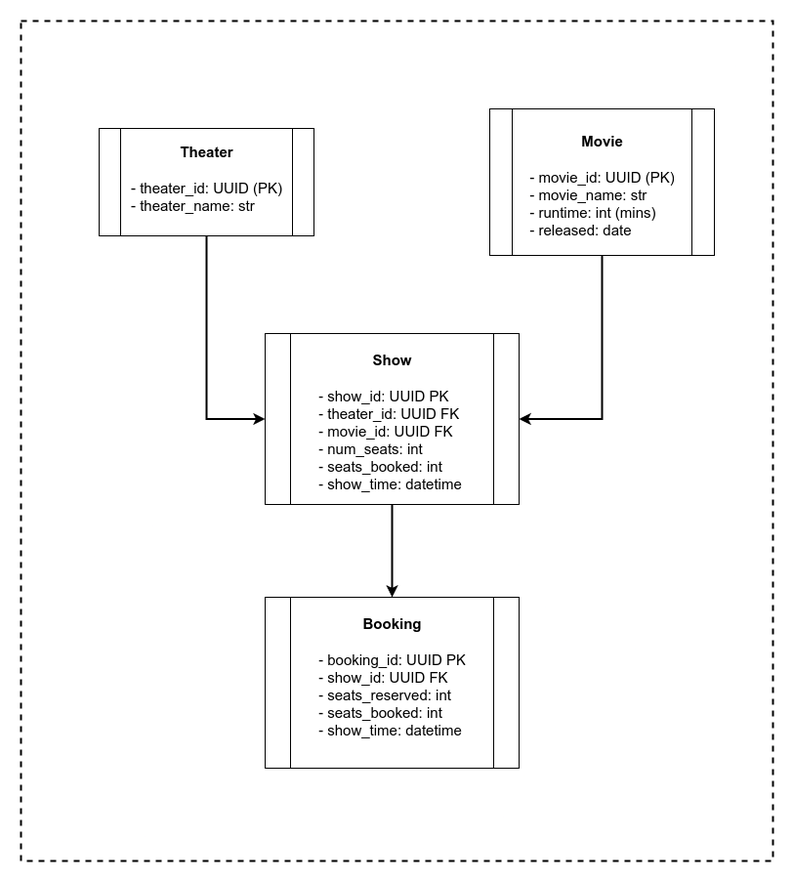
AarnoStormborn/backend-engineering-101 keeps this draw.io diagram as ticket-booking/assets/db_schema.png. Above is the earlier version. Source tidied: cells renumbered, new cells last; positions are measured from the earlier drawing's top-left corner, leaving out a move shared by most shapes. Source of this version:
```xml
<mxGraphModel>
  <root>
    <mxCell id="0" />
    <mxCell id="1" parent="0" />
    <mxCell id="2" style="rounded=0;whiteSpace=wrap;html=1;dashed=1;strokeWidth=2;" parent="1" vertex="1">
      <mxGeometry width="770" height="860" as="geometry" />
    </mxCell>
    <mxCell id="3" style="group;" parent="1" vertex="1">
      <mxGeometry x="80" y="110" width="220" height="110" as="geometry" />
    </mxCell>
    <mxCell id="4" style="shape=process;whiteSpace=wrap;html=1;backgroundOutline=1;" parent="3" vertex="1">
      <mxGeometry width="220" height="110" as="geometry" />
    </mxCell>
    <mxCell id="5" value="&lt;h1 style=&quot;margin-top: 0px;&quot;&gt;&lt;font style=&quot;font-size: 15px;&quot;&gt;Theater&lt;/font&gt;&lt;/h1&gt;&lt;div style=&quot;text-align: left;&quot;&gt;&lt;font style=&quot;font-size: 15px;&quot;&gt;- theater_id: UUID (PK)&lt;/font&gt;&lt;/div&gt;&lt;div style=&quot;text-align: left;&quot;&gt;&lt;font style=&quot;font-size: 15px;&quot;&gt;- theater_name: str&lt;/font&gt;&lt;/div&gt;" style="text;html=1;whiteSpace=wrap;overflow=hidden;rounded=0;align=center;" parent="3" vertex="1">
      <mxGeometry x="30" width="160" height="110" as="geometry" />
    </mxCell>
    <mxCell id="6" style="group;" parent="1" vertex="1">
      <mxGeometry x="480" y="90" width="230" height="150" as="geometry" />
    </mxCell>
    <mxCell id="7" style="shape=process;whiteSpace=wrap;html=1;backgroundOutline=1;" parent="6" vertex="1">
      <mxGeometry width="230" height="150" as="geometry" />
    </mxCell>
    <mxCell id="8" value="&lt;h1 style=&quot;margin-top: 0px;&quot;&gt;&lt;span style=&quot;font-size: 15px;&quot;&gt;Movie&lt;br&gt;&lt;/span&gt;&lt;/h1&gt;&lt;div style=&quot;text-align: left;&quot;&gt;&lt;font style=&quot;font-size: 15px;&quot;&gt;- movie_id: UUID (PK)&lt;/font&gt;&lt;/div&gt;&lt;div style=&quot;text-align: left;&quot;&gt;&lt;font style=&quot;font-size: 15px;&quot;&gt;- movie_name: str&lt;/font&gt;&lt;/div&gt;&lt;div style=&quot;text-align: left;&quot;&gt;&lt;font style=&quot;font-size: 15px;&quot;&gt;- runtime: int (mins)&lt;/font&gt;&lt;/div&gt;&lt;div style=&quot;text-align: left;&quot;&gt;&lt;font style=&quot;font-size: 15px;&quot;&gt;- released: date&lt;/font&gt;&lt;/div&gt;" style="text;html=1;whiteSpace=wrap;overflow=hidden;rounded=0;align=center;" parent="6" vertex="1">
      <mxGeometry x="32.9" y="9.4" width="164.3" height="131.2" as="geometry" />
    </mxCell>
    <mxCell id="9" style="group;" parent="1" vertex="1">
      <mxGeometry x="250" y="320" width="260" height="175" as="geometry" />
    </mxCell>
    <mxCell id="10" style="shape=process;whiteSpace=wrap;html=1;backgroundOutline=1;" parent="9" vertex="1">
      <mxGeometry width="260" height="175" as="geometry" />
    </mxCell>
    <mxCell id="11" value="&lt;h1 style=&quot;margin-top: 0px;&quot;&gt;&lt;span style=&quot;font-size: 15px;&quot;&gt;Show&lt;/span&gt;&lt;/h1&gt;&lt;div style=&quot;text-align: left;&quot;&gt;&lt;font style=&quot;font-size: 15px;&quot;&gt;- show_id: UUID PK&lt;/font&gt;&lt;/div&gt;&lt;div style=&quot;text-align: left;&quot;&gt;&lt;font style=&quot;font-size: 15px;&quot;&gt;- theater_id: UUID FK&lt;/font&gt;&lt;/div&gt;&lt;div style=&quot;text-align: left;&quot;&gt;&lt;font style=&quot;font-size: 15px;&quot;&gt;- movie_id: UUID FK&lt;/font&gt;&lt;/div&gt;&lt;div style=&quot;text-align: left;&quot;&gt;&lt;font style=&quot;font-size: 15px;&quot;&gt;- num_seats: int&lt;/font&gt;&lt;/div&gt;&lt;div style=&quot;text-align: left;&quot;&gt;&lt;font style=&quot;font-size: 15px;&quot;&gt;- seats_booked: int&lt;/font&gt;&lt;/div&gt;&lt;div style=&quot;text-align: left;&quot;&gt;&lt;font style=&quot;font-size: 15px;&quot;&gt;- show_time: datetime&amp;nbsp;&lt;/font&gt;&lt;/div&gt;" style="text;html=1;whiteSpace=wrap;overflow=hidden;rounded=0;align=center;" parent="9" vertex="1">
      <mxGeometry x="35" y="2.5" width="190" height="170" as="geometry" />
    </mxCell>
    <mxCell id="12" style="edgeStyle=orthogonalEdgeStyle;rounded=0;jettySize=auto;html=1;entryX=0;entryY=0.5;entryDx=0;entryDy=0;strokeWidth=2;" parent="1" edge="1" source="5" target="10">
      <mxGeometry relative="1" as="geometry" />
    </mxCell>
    <mxCell id="13" style="edgeStyle=orthogonalEdgeStyle;rounded=0;jettySize=auto;html=1;entryX=1;entryY=0.5;entryDx=0;entryDy=0;strokeWidth=2;" parent="1" edge="1" source="7" target="10">
      <mxGeometry relative="1" as="geometry" />
    </mxCell>
    <mxCell id="14" style="group;" parent="1" vertex="1">
      <mxGeometry x="250" y="590" width="260" height="175" as="geometry" />
    </mxCell>
    <mxCell id="15" style="shape=process;whiteSpace=wrap;html=1;backgroundOutline=1;" parent="14" vertex="1">
      <mxGeometry width="260" height="175" as="geometry" />
    </mxCell>
    <mxCell id="16" value="&lt;h1 style=&quot;margin-top: 0px;&quot;&gt;&lt;span style=&quot;font-size: 15px;&quot;&gt;Booking&lt;/span&gt;&lt;/h1&gt;&lt;div style=&quot;text-align: left;&quot;&gt;&lt;font style=&quot;font-size: 15px;&quot;&gt;- booking_id: UUID PK&lt;/font&gt;&lt;/div&gt;&lt;div style=&quot;text-align: left;&quot;&gt;&lt;font style=&quot;font-size: 15px;&quot;&gt;- show_id: UUID FK&lt;/font&gt;&lt;/div&gt;&lt;div style=&quot;text-align: left;&quot;&gt;&lt;font style=&quot;font-size: 15px;&quot;&gt;- seats_reserved: int&lt;/font&gt;&lt;/div&gt;&lt;div style=&quot;text-align: left;&quot;&gt;&lt;font style=&quot;font-size: 15px;&quot;&gt;- seats_booked: int&lt;/font&gt;&lt;/div&gt;&lt;div style=&quot;text-align: left;&quot;&gt;&lt;font style=&quot;font-size: 15px;&quot;&gt;- show_time: datetime&amp;nbsp;&lt;/font&gt;&lt;/div&gt;" style="text;html=1;whiteSpace=wrap;overflow=hidden;rounded=0;align=center;" parent="14" vertex="1">
      <mxGeometry x="35" y="2.5" width="190" height="170" as="geometry" />
    </mxCell>
    <mxCell id="17" style="edgeStyle=orthogonalEdgeStyle;rounded=0;jettySize=auto;html=1;entryX=0.5;entryY=0;entryDx=0;entryDy=0;strokeWidth=2;" parent="1" edge="1" source="10" target="15">
      <mxGeometry relative="1" as="geometry" />
    </mxCell>
  </root>
</mxGraphModel>
```
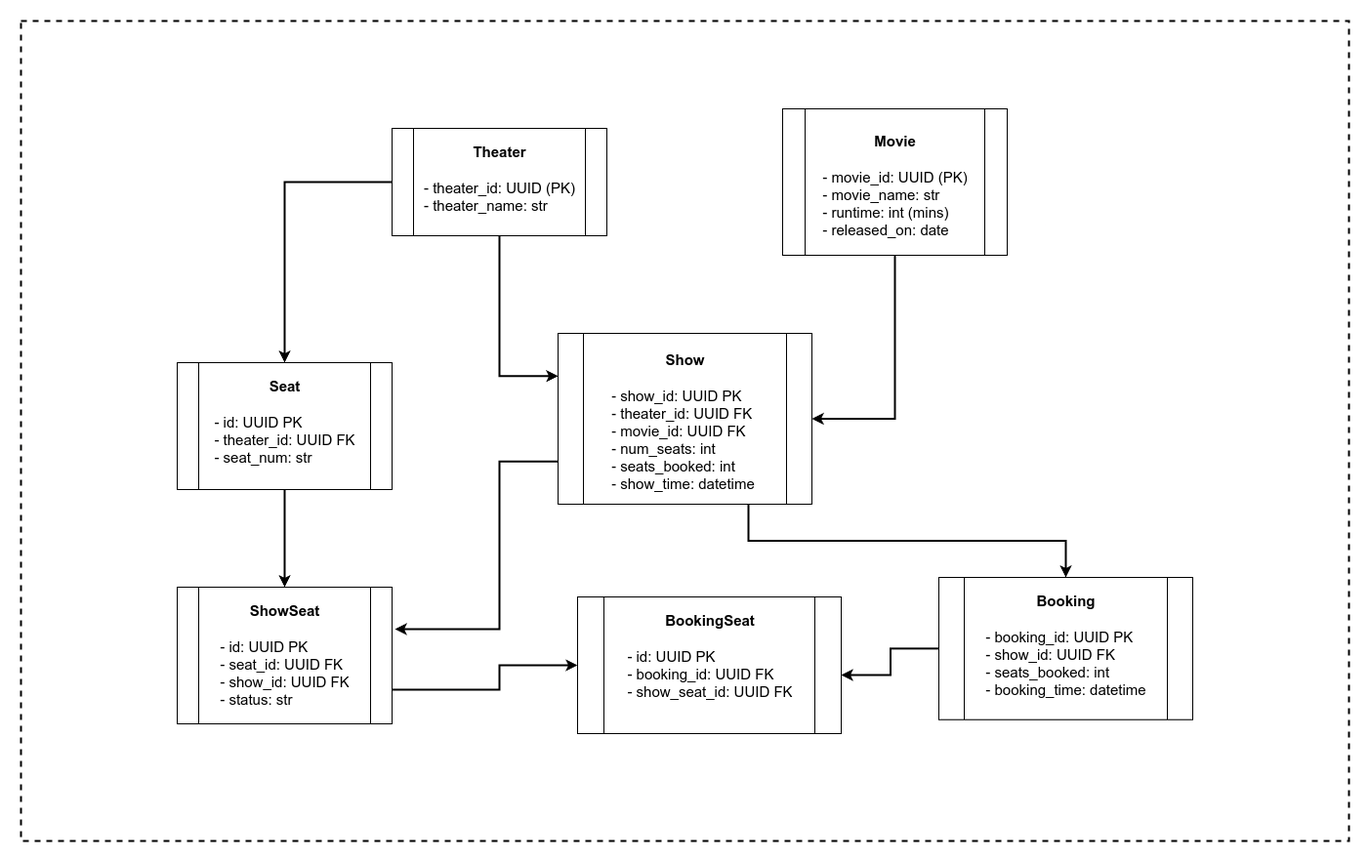
Above is the later version.

Commit message:
db schemas definition

The edit, as a diff of the source:
```diff
@@ -3,7 +3,7 @@
     <mxCell id="0" />
     <mxCell id="1" parent="0" />
     <mxCell id="2" style="rounded=0;whiteSpace=wrap;html=1;dashed=1;strokeWidth=2;" parent="1" vertex="1">
-      <mxGeometry width="770" height="860" as="geometry" />
+      <mxGeometry x="-300" width="1360" height="840" as="geometry" />
     </mxCell>
     <mxCell id="3" style="group;" parent="1" vertex="1">
       <mxGeometry x="80" y="110" width="220" height="110" as="geometry" />
@@ -20,7 +20,7 @@
     <mxCell id="7" style="shape=process;whiteSpace=wrap;html=1;backgroundOutline=1;" parent="6" vertex="1">
       <mxGeometry width="230" height="150" as="geometry" />
     </mxCell>
-    <mxCell id="8" value="&lt;h1 style=&quot;margin-top: 0px;&quot;&gt;&lt;span style=&quot;font-size: 15px;&quot;&gt;Movie&lt;br&gt;&lt;/span&gt;&lt;/h1&gt;&lt;div style=&quot;text-align: left;&quot;&gt;&lt;font style=&quot;font-size: 15px;&quot;&gt;- movie_id: UUID (PK)&lt;/font&gt;&lt;/div&gt;&lt;div style=&quot;text-align: left;&quot;&gt;&lt;font style=&quot;font-size: 15px;&quot;&gt;- movie_name: str&lt;/font&gt;&lt;/div&gt;&lt;div style=&quot;text-align: left;&quot;&gt;&lt;font style=&quot;font-size: 15px;&quot;&gt;- runtime: int (mins)&lt;/font&gt;&lt;/div&gt;&lt;div style=&quot;text-align: left;&quot;&gt;&lt;font style=&quot;font-size: 15px;&quot;&gt;- released: date&lt;/font&gt;&lt;/div&gt;" style="text;html=1;whiteSpace=wrap;overflow=hidden;rounded=0;align=center;" parent="6" vertex="1">
+    <mxCell id="8" value="&lt;h1 style=&quot;margin-top: 0px;&quot;&gt;&lt;span style=&quot;font-size: 15px;&quot;&gt;Movie&lt;br&gt;&lt;/span&gt;&lt;/h1&gt;&lt;div style=&quot;text-align: left;&quot;&gt;&lt;font style=&quot;font-size: 15px;&quot;&gt;- movie_id: UUID (PK)&lt;/font&gt;&lt;/div&gt;&lt;div style=&quot;text-align: left;&quot;&gt;&lt;font style=&quot;font-size: 15px;&quot;&gt;- movie_name: str&lt;/font&gt;&lt;/div&gt;&lt;div style=&quot;text-align: left;&quot;&gt;&lt;font style=&quot;font-size: 15px;&quot;&gt;- runtime: int (mins)&lt;/font&gt;&lt;/div&gt;&lt;div style=&quot;text-align: left;&quot;&gt;&lt;font style=&quot;font-size: 15px;&quot;&gt;- released_on: date&lt;/font&gt;&lt;/div&gt;" style="text;html=1;whiteSpace=wrap;overflow=hidden;rounded=0;align=center;" parent="6" vertex="1">
       <mxGeometry x="32.9" y="9.4" width="164.3" height="131.2" as="geometry" />
     </mxCell>
     <mxCell id="9" style="group;" parent="1" vertex="1">
@@ -30,25 +30,79 @@
       <mxGeometry width="260" height="175" as="geometry" />
     </mxCell>
     <mxCell id="11" value="&lt;h1 style=&quot;margin-top: 0px;&quot;&gt;&lt;span style=&quot;font-size: 15px;&quot;&gt;Show&lt;/span&gt;&lt;/h1&gt;&lt;div style=&quot;text-align: left;&quot;&gt;&lt;font style=&quot;font-size: 15px;&quot;&gt;- show_id: UUID PK&lt;/font&gt;&lt;/div&gt;&lt;div style=&quot;text-align: left;&quot;&gt;&lt;font style=&quot;font-size: 15px;&quot;&gt;- theater_id: UUID FK&lt;/font&gt;&lt;/div&gt;&lt;div style=&quot;text-align: left;&quot;&gt;&lt;font style=&quot;font-size: 15px;&quot;&gt;- movie_id: UUID FK&lt;/font&gt;&lt;/div&gt;&lt;div style=&quot;text-align: left;&quot;&gt;&lt;font style=&quot;font-size: 15px;&quot;&gt;- num_seats: int&lt;/font&gt;&lt;/div&gt;&lt;div style=&quot;text-align: left;&quot;&gt;&lt;font style=&quot;font-size: 15px;&quot;&gt;- seats_booked: int&lt;/font&gt;&lt;/div&gt;&lt;div style=&quot;text-align: left;&quot;&gt;&lt;font style=&quot;font-size: 15px;&quot;&gt;- show_time: datetime&amp;nbsp;&lt;/font&gt;&lt;/div&gt;" style="text;html=1;whiteSpace=wrap;overflow=hidden;rounded=0;align=center;" parent="9" vertex="1">
-      <mxGeometry x="35" y="2.5" width="190" height="170" as="geometry" />
+      <mxGeometry x="35" y="2.5" width="190" height="157.5" as="geometry" />
     </mxCell>
-    <mxCell id="12" style="edgeStyle=orthogonalEdgeStyle;rounded=0;jettySize=auto;html=1;entryX=0;entryY=0.5;entryDx=0;entryDy=0;strokeWidth=2;" parent="1" edge="1" source="5" target="10">
-      <mxGeometry relative="1" as="geometry" />
-    </mxCell>
     <mxCell id="13" style="edgeStyle=orthogonalEdgeStyle;rounded=0;jettySize=auto;html=1;entryX=1;entryY=0.5;entryDx=0;entryDy=0;strokeWidth=2;" parent="1" edge="1" source="7" target="10">
       <mxGeometry relative="1" as="geometry" />
     </mxCell>
     <mxCell id="14" style="group;" parent="1" vertex="1">
-      <mxGeometry x="250" y="590" width="260" height="175" as="geometry" />
+      <mxGeometry x="640" y="570" width="260" height="170" as="geometry" />
     </mxCell>
+    <mxCell id="18" style="edgeStyle=orthogonalEdgeStyle;rounded=0;jettySize=auto;html=1;exitX=0;exitY=0.5;exitDx=0;exitDy=0;strokeWidth=2;" parent="14" edge="1" source="15">
+      <mxGeometry relative="1" as="geometry">
+        <mxPoint x="-100" y="100" as="targetPoint" />
+      </mxGeometry>
+    </mxCell>
     <mxCell id="15" style="shape=process;whiteSpace=wrap;html=1;backgroundOutline=1;" parent="14" vertex="1">
-      <mxGeometry width="260" height="175" as="geometry" />
+      <mxGeometry width="260" height="145.7" as="geometry" />
     </mxCell>
-    <mxCell id="16" value="&lt;h1 style=&quot;margin-top: 0px;&quot;&gt;&lt;span style=&quot;font-size: 15px;&quot;&gt;Booking&lt;/span&gt;&lt;/h1&gt;&lt;div style=&quot;text-align: left;&quot;&gt;&lt;font style=&quot;font-size: 15px;&quot;&gt;- booking_id: UUID PK&lt;/font&gt;&lt;/div&gt;&lt;div style=&quot;text-align: left;&quot;&gt;&lt;font style=&quot;font-size: 15px;&quot;&gt;- show_id: UUID FK&lt;/font&gt;&lt;/div&gt;&lt;div style=&quot;text-align: left;&quot;&gt;&lt;font style=&quot;font-size: 15px;&quot;&gt;- seats_reserved: int&lt;/font&gt;&lt;/div&gt;&lt;div style=&quot;text-align: left;&quot;&gt;&lt;font style=&quot;font-size: 15px;&quot;&gt;- seats_booked: int&lt;/font&gt;&lt;/div&gt;&lt;div style=&quot;text-align: left;&quot;&gt;&lt;font style=&quot;font-size: 15px;&quot;&gt;- show_time: datetime&amp;nbsp;&lt;/font&gt;&lt;/div&gt;" style="text;html=1;whiteSpace=wrap;overflow=hidden;rounded=0;align=center;" parent="14" vertex="1">
-      <mxGeometry x="35" y="2.5" width="190" height="170" as="geometry" />
+    <mxCell id="16" value="&lt;h1 style=&quot;margin-top: 0px;&quot;&gt;&lt;span style=&quot;font-size: 15px;&quot;&gt;Booking&lt;/span&gt;&lt;/h1&gt;&lt;div style=&quot;text-align: left;&quot;&gt;&lt;font style=&quot;font-size: 15px;&quot;&gt;- booking_id: UUID PK&lt;/font&gt;&lt;/div&gt;&lt;div style=&quot;text-align: left;&quot;&gt;&lt;font style=&quot;font-size: 15px;&quot;&gt;- show_id: UUID FK&lt;/font&gt;&lt;/div&gt;&lt;div style=&quot;text-align: left;&quot;&gt;&lt;font style=&quot;font-size: 15px;&quot;&gt;- seats_booked: int&lt;/font&gt;&lt;/div&gt;&lt;div style=&quot;text-align: left;&quot;&gt;&lt;font style=&quot;font-size: 15px;&quot;&gt;- booking_time: datetime&lt;/font&gt;&lt;/div&gt;" style="text;html=1;whiteSpace=wrap;overflow=hidden;rounded=0;align=center;" parent="14" vertex="1">
+      <mxGeometry x="35" width="190" height="143.3" as="geometry" />
     </mxCell>
-    <mxCell id="17" style="edgeStyle=orthogonalEdgeStyle;rounded=0;jettySize=auto;html=1;entryX=0.5;entryY=0;entryDx=0;entryDy=0;strokeWidth=2;" parent="1" edge="1" source="10" target="15">
-      <mxGeometry relative="1" as="geometry" />
-    </mxCell>
+    <mxCell id="19" style="group;" parent="1" vertex="1">
+      <mxGeometry x="-140" y="350" width="220" height="130" as="geometry" />
+    </mxCell>
+    <mxCell id="20" style="shape=process;whiteSpace=wrap;html=1;backgroundOutline=1;" parent="19" vertex="1">
+      <mxGeometry width="220" height="130" as="geometry" />
+    </mxCell>
+    <mxCell id="21" value="&lt;h1 style=&quot;margin-top: 0px;&quot;&gt;&lt;span style=&quot;font-size: 15px;&quot;&gt;Seat&lt;/span&gt;&lt;/h1&gt;&lt;div style=&quot;text-align: left;&quot;&gt;&lt;font style=&quot;font-size: 15px;&quot;&gt;- id: UUID PK&lt;/font&gt;&lt;/div&gt;&lt;div style=&quot;text-align: left;&quot;&gt;&lt;font style=&quot;font-size: 15px;&quot;&gt;- theater_id: UUID FK&lt;/font&gt;&lt;/div&gt;&lt;div style=&quot;text-align: left;&quot;&gt;&lt;font style=&quot;font-size: 15px;&quot;&gt;- seat_num: str&lt;/font&gt;&lt;/div&gt;" style="text;html=1;whiteSpace=wrap;overflow=hidden;rounded=0;align=center;" parent="19" vertex="1">
+      <mxGeometry x="30" width="160" height="130" as="geometry" />
+    </mxCell>
+    <mxCell id="22" style="edgeStyle=orthogonalEdgeStyle;rounded=0;jettySize=auto;html=1;entryX=0.5;entryY=0;entryDx=0;entryDy=0;strokeWidth=2;" parent="1" edge="1" source="4" target="21">
+      <mxGeometry relative="1" as="geometry" />
+    </mxCell>
+    <mxCell id="23" style="group;" parent="1" vertex="1">
+      <mxGeometry x="-140" y="580" width="220" height="140" as="geometry" />
+    </mxCell>
+    <mxCell id="24" style="shape=process;whiteSpace=wrap;html=1;backgroundOutline=1;" parent="23" vertex="1">
+      <mxGeometry width="220" height="140" as="geometry" />
+    </mxCell>
+    <mxCell id="25" value="&lt;h1 style=&quot;margin-top: 0px;&quot;&gt;&lt;span style=&quot;font-size: 15px;&quot;&gt;ShowSeat&lt;/span&gt;&lt;/h1&gt;&lt;div style=&quot;text-align: left;&quot;&gt;&lt;font style=&quot;font-size: 15px;&quot;&gt;- id: UUID PK&lt;/font&gt;&lt;/div&gt;&lt;div style=&quot;text-align: left;&quot;&gt;&lt;font style=&quot;font-size: 15px;&quot;&gt;- seat_id: UUID FK&lt;/font&gt;&lt;/div&gt;&lt;div style=&quot;text-align: left;&quot;&gt;&lt;font style=&quot;font-size: 15px;&quot;&gt;- show_id: UUID FK&lt;/font&gt;&lt;/div&gt;&lt;div style=&quot;text-align: left;&quot;&gt;&lt;font style=&quot;font-size: 15px;&quot;&gt;- status: str&lt;/font&gt;&lt;/div&gt;" style="text;html=1;whiteSpace=wrap;overflow=hidden;rounded=0;align=center;" parent="23" vertex="1">
+      <mxGeometry x="30" width="160" height="140" as="geometry" />
+    </mxCell>
+    <mxCell id="26" style="edgeStyle=orthogonalEdgeStyle;rounded=0;jettySize=auto;html=1;entryX=0.5;entryY=0;entryDx=0;entryDy=0;strokeWidth=2;" parent="1" edge="1" source="20" target="25">
+      <mxGeometry relative="1" as="geometry" />
+    </mxCell>
+    <mxCell id="12" style="edgeStyle=orthogonalEdgeStyle;rounded=0;jettySize=auto;html=1;exitX=0.5;exitY=1;exitDx=0;exitDy=0;entryX=0;entryY=0.25;entryDx=0;entryDy=0;strokeWidth=2;" parent="1" edge="1" source="5" target="10">
+      <mxGeometry relative="1" as="geometry" />
+    </mxCell>
+    <mxCell id="27" style="edgeStyle=orthogonalEdgeStyle;rounded=0;jettySize=auto;html=1;exitX=0;exitY=0.75;exitDx=0;exitDy=0;entryX=1.014;entryY=0.307;entryDx=0;entryDy=0;strokeWidth=2;entryPerimeter=0;" parent="1" edge="1" source="10" target="24">
+      <mxGeometry relative="1" as="geometry">
+        <Array as="points">
+          <mxPoint x="190" y="451" />
+          <mxPoint x="190" y="623" />
+        </Array>
+      </mxGeometry>
+    </mxCell>
+    <mxCell id="28" style="edgeStyle=orthogonalEdgeStyle;rounded=0;jettySize=auto;html=1;exitX=0.75;exitY=1;exitDx=0;exitDy=0;entryX=0.5;entryY=0;entryDx=0;entryDy=0;strokeWidth=2;" parent="1" edge="1" source="10" target="16">
+      <mxGeometry relative="1" as="geometry" />
+    </mxCell>
+    <mxCell id="29" style="group;" parent="1" vertex="1">
+      <mxGeometry x="270" y="590" width="270" height="140" as="geometry" />
+    </mxCell>
+    <mxCell id="30" style="shape=process;whiteSpace=wrap;html=1;backgroundOutline=1;" parent="29" vertex="1">
+      <mxGeometry width="270" height="140" as="geometry" />
+    </mxCell>
+    <mxCell id="31" value="&lt;h1 style=&quot;margin-top: 0px;&quot;&gt;&lt;span style=&quot;font-size: 15px;&quot;&gt;BookingSeat&lt;/span&gt;&lt;/h1&gt;&lt;div style=&quot;text-align: left;&quot;&gt;&lt;font style=&quot;font-size: 15px;&quot;&gt;- id: UUID PK&lt;/font&gt;&lt;/div&gt;&lt;div style=&quot;text-align: left;&quot;&gt;&lt;font style=&quot;font-size: 15px;&quot;&gt;- booking_id: UUID FK&lt;/font&gt;&lt;/div&gt;&lt;div style=&quot;text-align: left;&quot;&gt;&lt;font style=&quot;font-size: 15px;&quot;&gt;- show_seat_id: UUID FK&lt;/font&gt;&lt;/div&gt;" style="text;html=1;whiteSpace=wrap;overflow=hidden;rounded=0;align=center;" parent="29" vertex="1">
+      <mxGeometry x="47.5" width="175" height="140" as="geometry" />
+    </mxCell>
+    <mxCell id="32" style="edgeStyle=orthogonalEdgeStyle;rounded=0;jettySize=auto;html=1;exitX=1;exitY=0.75;exitDx=0;exitDy=0;entryX=0;entryY=0.5;entryDx=0;entryDy=0;strokeWidth=2;" parent="1" edge="1" source="24" target="30">
+      <mxGeometry relative="1" as="geometry">
+        <Array as="points">
+          <mxPoint x="190" y="685" />
+          <mxPoint x="190" y="660" />
+        </Array>
+      </mxGeometry>
+    </mxCell>
   </root>
 </mxGraphModel>
```
